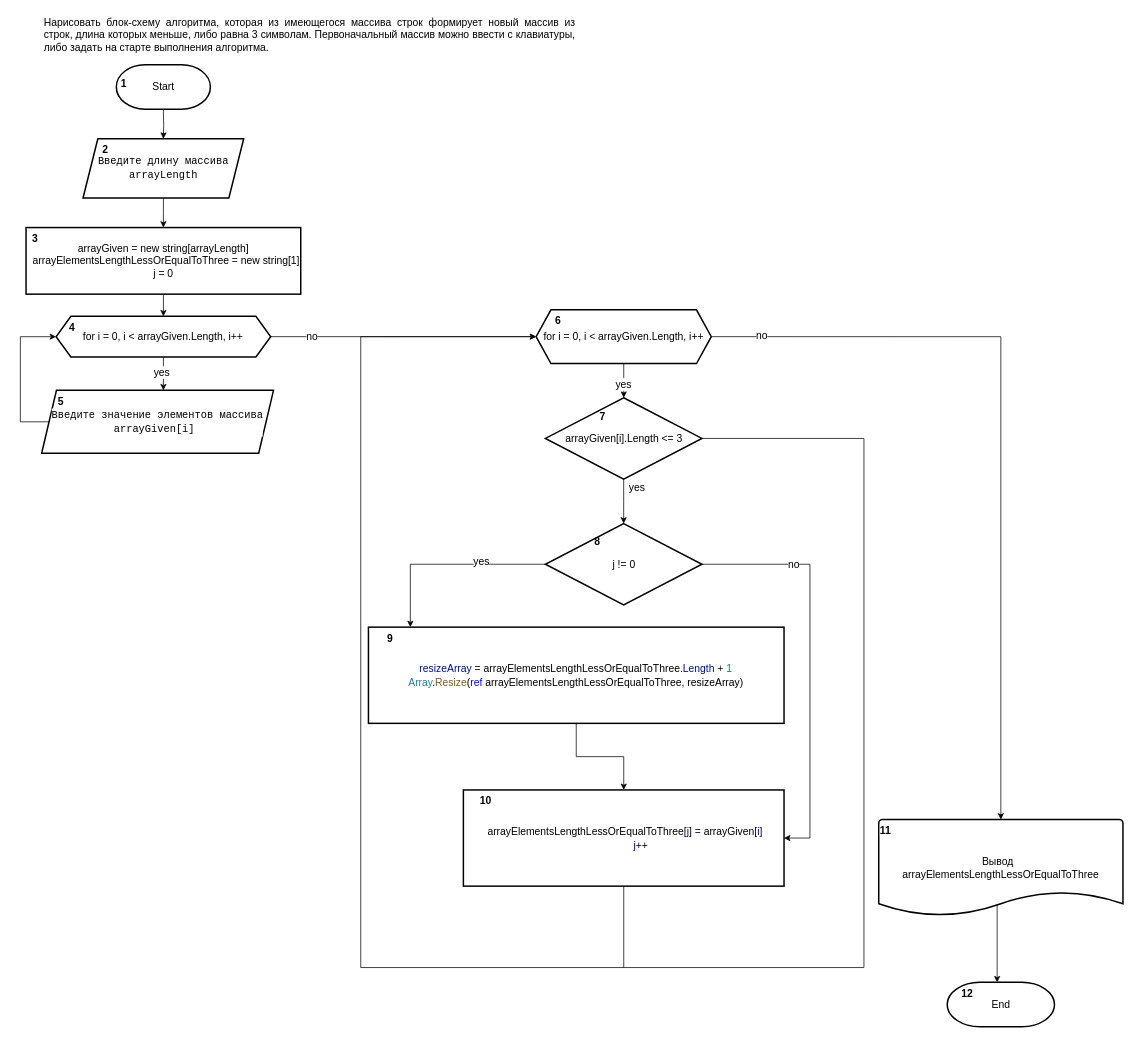
Above: BlockDiagram.drawio in Yulia-Girduk/FinalProject_1 (draw.io), before the change. Source tidied: cells renumbered, new cells numbered last; positions are measured from the earlier drawing's top-left corner, leaving out a move shared by most shapes. Both pictures are drawn from the tidied source at 74%, with x=0, y=0 at pixel (13, 13).
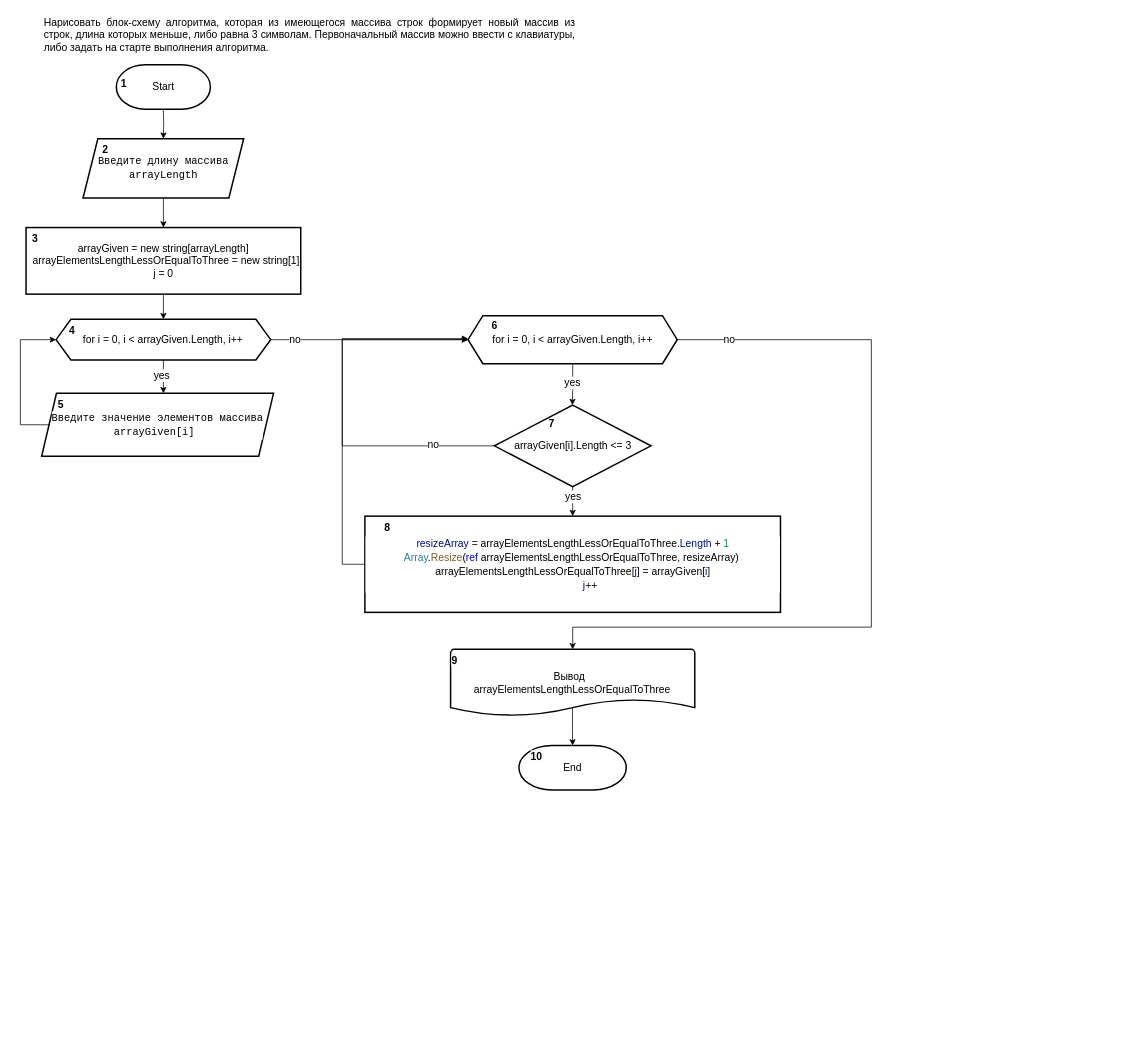
The same page after the edit.

The change refers to these unchanged cells:
```xml
<mxCell id="35" value="&lt;font style=&quot;font-size: 14px;&quot;&gt;arrayGiven[i].Length&lt;span style=&quot;background-color: initial;&quot;&gt;&amp;nbsp;&amp;lt;= 3&lt;/span&gt;&lt;/font&gt;" style="rhombus;whiteSpace=wrap;html=1;strokeWidth=2;" parent="34" vertex="1">
  <mxGeometry width="211.6" height="110" as="geometry" />
</mxCell>
<mxCell id="42" value="&lt;div style=&quot;border-color: var(--border-color); background-color: rgb(255, 255, 255); font-family: Consolas, &amp;quot;Courier New&amp;quot;, monospace; font-size: 14px; line-height: 19px;&quot;&gt;Введите значение элементов массива&lt;/div&gt;&lt;div style=&quot;border-color: var(--border-color); background-color: rgb(255, 255, 255); font-family: Consolas, &amp;quot;Courier New&amp;quot;, monospace; font-size: 14px; line-height: 19px;&quot;&gt;arrayGiven[i]&amp;nbsp;&lt;br&gt;&lt;/div&gt;" style="shape=parallelogram;perimeter=parallelogramPerimeter;whiteSpace=wrap;html=1;fixedSize=1;strokeWidth=2;" parent="41" vertex="1">
  <mxGeometry x="4.1" width="313.3" height="85" as="geometry" />
</mxCell>
<mxCell id="45" value="&lt;font style=&quot;font-size: 14px;&quot;&gt;for i = 0, i &amp;lt; arrayGiven.Length, i++&lt;/font&gt;" style="shape=hexagon;perimeter=hexagonPerimeter2;whiteSpace=wrap;html=1;fixedSize=1;strokeWidth=2;" parent="44" vertex="1">
  <mxGeometry x="8.3" width="290" height="55" as="geometry" />
</mxCell>
```

Change to the diagram source:
```diff
@@
     <mxCell id="8" style="edgeStyle=orthogonalEdgeStyle;rounded=0;jettySize=auto;html=1;" parent="1" edge="1" source="45" target="42">
       <mxGeometry relative="1" as="geometry">
         <Array as="points">
-          <mxPoint x="203" y="480" />
-          <mxPoint x="203" y="480" />
+          <mxPoint x="203" y="484" />
+          <mxPoint x="203" y="484" />
         </Array>
       </mxGeometry>
     </mxCell>
@@
-    <mxCell id="10" style="edgeStyle=orthogonalEdgeStyle;rounded=0;jettySize=auto;html=1;entryX=0;entryY=0.5;entryDx=0;entryDy=0;" parent="1" edge="1" source="45" target="38">
-      <mxGeometry relative="1" as="geometry" />
-    </mxCell>
-    <mxCell id="11" value="&lt;font style=&quot;font-size: 14px;&quot;&gt;no&lt;/font&gt;" style="edgeLabel;html=1;align=center;verticalAlign=middle;" parent="10" vertex="1">
-      <mxGeometry x="0.26" y="-1" relative="1" as="geometry">
-        <mxPoint x="-171" y="-2" as="offset" />
-      </mxGeometry>
-    </mxCell>
     <mxCell id="12" style="edgeStyle=orthogonalEdgeStyle;rounded=0;jettySize=auto;html=1;exitX=0;exitY=0.5;exitDx=0;exitDy=0;entryX=0;entryY=0.5;entryDx=0;entryDy=0;" parent="1" edge="1" source="42" target="45">
       <mxGeometry relative="1" as="geometry">
         <Array as="points">
-          <mxPoint x="10" y="553" />
-          <mxPoint x="10" y="438" />
+          <mxPoint x="10" y="557" />
+          <mxPoint x="10" y="442" />
         </Array>
       </mxGeometry>
     </mxCell>
-    <mxCell id="13" style="edgeStyle=orthogonalEdgeStyle;rounded=0;jettySize=auto;html=1;" parent="1" edge="1" source="38" target="35">
-      <mxGeometry relative="1" as="geometry">
-        <Array as="points">
-          <mxPoint x="825" y="510" />
-          <mxPoint x="825" y="510" />
-        </Array>
-      </mxGeometry>
-    </mxCell>
-    <mxCell id="14" value="&lt;font style=&quot;font-size: 14px;&quot;&gt;yes&lt;/font&gt;" style="edgeLabel;html=1;align=center;verticalAlign=middle;" parent="13" vertex="1">
-      <mxGeometry x="0.21" y="-1" relative="1" as="geometry" />
-    </mxCell>
-    <mxCell id="15" style="edgeStyle=orthogonalEdgeStyle;rounded=0;jettySize=auto;html=1;exitX=1;exitY=0.5;exitDx=0;exitDy=0;entryX=0.5;entryY=0;entryDx=0;entryDy=0;entryPerimeter=0;" parent="1" edge="1" source="38" target="57">
-      <mxGeometry relative="1" as="geometry">
-        <Array as="points">
-          <mxPoint x="1335" y="438" />
-        </Array>
-      </mxGeometry>
-    </mxCell>
-    <mxCell id="16" value="&lt;font style=&quot;font-size: 14px;&quot;&gt;no&lt;/font&gt;" style="edgeLabel;html=1;align=center;verticalAlign=middle;" parent="15" vertex="1">
-      <mxGeometry x="-0.93" y="-1" relative="1" as="geometry">
-        <mxPoint x="31" y="-3" as="offset" />
-      </mxGeometry>
-    </mxCell>
-    <mxCell id="17" style="edgeStyle=orthogonalEdgeStyle;rounded=0;jettySize=auto;html=1;entryX=0.5;entryY=0;entryDx=0;entryDy=0;" parent="1" edge="1" source="35" target="32">
-      <mxGeometry relative="1" as="geometry">
-        <Array as="points">
-          <mxPoint x="825" y="660" />
-        </Array>
-      </mxGeometry>
-    </mxCell>
-    <mxCell id="18" value="&lt;font style=&quot;font-size: 14px;&quot;&gt;yes&lt;/font&gt;" style="edgeLabel;html=1;align=center;verticalAlign=middle;" parent="17" vertex="1">
-      <mxGeometry x="-0.1" relative="1" as="geometry">
-        <mxPoint x="17" y="-17" as="offset" />
-      </mxGeometry>
-    </mxCell>
-    <mxCell id="19" style="edgeStyle=orthogonalEdgeStyle;rounded=0;jettySize=auto;html=1;" parent="1" edge="1" source="32" target="29">
-      <mxGeometry relative="1" as="geometry">
-        <Array as="points">
-          <mxPoint x="537" y="745" />
-        </Array>
-      </mxGeometry>
-    </mxCell>
-    <mxCell id="20" value="&lt;font style=&quot;font-size: 14px;&quot;&gt;yes&lt;/font&gt;" style="edgeLabel;html=1;align=center;verticalAlign=middle;" parent="19" vertex="1">
-      <mxGeometry x="-0.23" y="1" relative="1" as="geometry">
-        <mxPoint x="16" y="-6" as="offset" />
-      </mxGeometry>
-    </mxCell>
-    <mxCell id="21" style="edgeStyle=orthogonalEdgeStyle;rounded=0;jettySize=auto;html=1;" parent="1" edge="1" source="32" target="26">
-      <mxGeometry relative="1" as="geometry">
-        <Array as="points">
-          <mxPoint x="1077" y="745" />
-        </Array>
-      </mxGeometry>
-    </mxCell>
-    <mxCell id="22" value="&lt;font style=&quot;font-size: 14px;&quot;&gt;no&lt;/font&gt;" style="edgeLabel;html=1;align=center;verticalAlign=middle;" parent="21" vertex="1">
-      <mxGeometry x="-0.79" y="2" relative="1" as="geometry">
-        <mxPoint x="65" y="2" as="offset" />
-      </mxGeometry>
-    </mxCell>
-    <mxCell id="23" style="edgeStyle=orthogonalEdgeStyle;rounded=0;jettySize=auto;html=1;" parent="1" edge="1" source="29" target="26">
-      <mxGeometry relative="1" as="geometry" />
-    </mxCell>
-    <mxCell id="24" style="edgeStyle=orthogonalEdgeStyle;rounded=0;jettySize=auto;html=1;exitX=0.506;exitY=0.862;exitDx=0;exitDy=0;exitPerimeter=0;entryX=1;entryY=0;entryDx=0;entryDy=0;" parent="1" edge="1" source="57" target="61">
-      <mxGeometry relative="1" as="geometry">
-        <Array as="points">
-          <mxPoint x="1330" y="1202" />
-        </Array>
-      </mxGeometry>
-    </mxCell>
-    <mxCell id="25" style="group;" parent="1" vertex="1">
-      <mxGeometry x="608.7" y="1050" width="433.3" height="130" as="geometry" />
-    </mxCell>
-    <mxCell id="26" value="&lt;div style=&quot;background-color: rgb(255, 255, 255); font-size: 14px; line-height: 19px;&quot;&gt;&lt;div style=&quot;&quot;&gt;&amp;nbsp;arrayElementsLengthLessOrEqualToThree[&lt;span style=&quot;color: rgb(0, 16, 128);&quot;&gt;j&lt;/span&gt;] =&amp;nbsp;arrayGiven[&lt;span style=&quot;color: rgb(0, 16, 128);&quot;&gt;i&lt;/span&gt;]&lt;/div&gt;&lt;div style=&quot;&quot;&gt;&amp;nbsp; &amp;nbsp; &amp;nbsp; &amp;nbsp; &amp;nbsp; &amp;nbsp; &lt;span style=&quot;color: rgb(0, 16, 128);&quot;&gt;j&lt;/span&gt;++&lt;/div&gt;&lt;/div&gt;" style="whiteSpace=wrap;html=1;strokeWidth=2;" parent="25" vertex="1">
-      <mxGeometry width="433.3" height="130" as="geometry" />
-    </mxCell>
-    <mxCell id="27" value="&lt;font style=&quot;font-size: 14px;&quot;&gt;&lt;b&gt;10&lt;/b&gt;&lt;/font&gt;" style="text;html=1;strokeColor=none;fillColor=none;align=center;verticalAlign=middle;whiteSpace=wrap;rounded=0;" parent="25" vertex="1">
-      <mxGeometry width="60" height="30" as="geometry" />
-    </mxCell>
-    <mxCell id="28" style="group;" parent="1" vertex="1">
-      <mxGeometry x="480.4" y="830" width="561.6" height="130" as="geometry" />
+    <mxCell id="28" style="group;strokeWidth=2;" parent="1" vertex="1">
+      <mxGeometry x="475.6" y="680" width="561.6" height="130" as="geometry" />
     </mxCell>
-    <mxCell id="29" value="&lt;div style=&quot;background-color: rgb(255, 255, 255); font-size: 14px; line-height: 19px;&quot;&gt;&lt;div style=&quot;&quot;&gt;&lt;span style=&quot;color: rgb(0, 16, 128);&quot;&gt;resizeArray&lt;/span&gt; =&amp;nbsp;arrayElementsLengthLessOrEqualToThree.&lt;span style=&quot;color: rgb(0, 16, 128);&quot;&gt;Length&lt;/span&gt; + &lt;span style=&quot;color: rgb(9, 134, 88);&quot;&gt;1&lt;/span&gt;&lt;/div&gt;&lt;div style=&quot;&quot;&gt;&lt;span style=&quot;color: rgb(38, 127, 153);&quot;&gt;Array&lt;/span&gt;.&lt;span style=&quot;color: rgb(121, 94, 38);&quot;&gt;Resize&lt;/span&gt;(&lt;span style=&quot;color: rgb(0, 0, 255);&quot;&gt;ref&lt;/span&gt;&amp;nbsp;arrayElementsLengthLessOrEqualToThree, resizeArray)&lt;/div&gt;&lt;/div&gt;" style="whiteSpace=wrap;html=1;strokeWidth=2;" parent="28" vertex="1">
+    <mxCell id="29" value="&lt;div style=&quot;background-color: rgb(255, 255, 255); font-size: 14px; line-height: 19px;&quot;&gt;&lt;div style=&quot;&quot;&gt;&lt;span style=&quot;color: rgb(0, 16, 128);&quot;&gt;resizeArray&lt;/span&gt; =&amp;nbsp;arrayElementsLengthLessOrEqualToThree.&lt;span style=&quot;color: rgb(0, 16, 128);&quot;&gt;Length&lt;/span&gt; + &lt;span style=&quot;color: rgb(9, 134, 88);&quot;&gt;1&lt;/span&gt;&lt;/div&gt;&lt;div style=&quot;&quot;&gt;&lt;span style=&quot;color: rgb(38, 127, 153);&quot;&gt;Array&lt;/span&gt;.&lt;span style=&quot;color: rgb(121, 94, 38);&quot;&gt;Resize&lt;/span&gt;(&lt;span style=&quot;color: rgb(0, 0, 255);&quot;&gt;ref&lt;/span&gt;&amp;nbsp;arrayElementsLengthLessOrEqualToThree, resizeArray)&amp;nbsp; arrayElementsLengthLessOrEqualToThree[&lt;span style=&quot;border-color: var(--border-color); color: rgb(0, 16, 128);&quot;&gt;j&lt;/span&gt;] =&amp;nbsp;arrayGiven[&lt;span style=&quot;border-color: var(--border-color); color: rgb(0, 16, 128);&quot;&gt;i&lt;/span&gt;]&lt;/div&gt;&lt;div style=&quot;border-color: var(--border-color);&quot;&gt;&amp;nbsp; &amp;nbsp; &amp;nbsp; &amp;nbsp; &amp;nbsp; &amp;nbsp;&amp;nbsp;&lt;span style=&quot;border-color: var(--border-color); color: rgb(0, 16, 128);&quot;&gt;j&lt;/span&gt;++&lt;/div&gt;&lt;/div&gt;" style="whiteSpace=wrap;html=1;strokeWidth=2;" parent="28" vertex="1">
       <mxGeometry width="561.6" height="130" as="geometry" />
     </mxCell>
-    <mxCell id="30" value="&lt;font style=&quot;font-size: 14px;&quot;&gt;&lt;b&gt;9&lt;/b&gt;&lt;/font&gt;" style="text;html=1;strokeColor=none;fillColor=none;align=center;verticalAlign=middle;whiteSpace=wrap;rounded=0;" parent="28" vertex="1">
+    <mxCell id="30" value="&lt;font style=&quot;font-size: 14px;&quot;&gt;&lt;b&gt;8&lt;/b&gt;&lt;/font&gt;" style="text;html=1;strokeColor=none;fillColor=none;align=center;verticalAlign=middle;whiteSpace=wrap;rounded=0;" parent="28" vertex="1">
       <mxGeometry width="60" height="30" as="geometry" />
     </mxCell>
-    <mxCell id="31" style="group;" parent="1" vertex="1">
-      <mxGeometry x="719.5" y="690" width="211.6" height="110" as="geometry" />
-    </mxCell>
-    <mxCell id="32" value="&lt;font style=&quot;font-size: 14px;&quot;&gt;j != 0&lt;/font&gt;" style="rhombus;whiteSpace=wrap;html=1;strokeWidth=2;" parent="31" vertex="1">
-      <mxGeometry width="211.6" height="110" as="geometry" />
-    </mxCell>
-    <mxCell id="33" value="&lt;font style=&quot;font-size: 14px;&quot;&gt;&lt;b&gt;8&lt;/b&gt;&lt;/font&gt;" style="text;html=1;strokeColor=none;fillColor=none;align=center;verticalAlign=middle;whiteSpace=wrap;rounded=0;" parent="31" vertex="1">
-      <mxGeometry x="40.5" y="10" width="60" height="30" as="geometry" />
-    </mxCell>
     <mxCell id="34" style="group;" parent="1" vertex="1">
-      <mxGeometry x="719.5" y="520" width="211.6" height="110" as="geometry" />
+      <mxGeometry x="650.6" y="530" width="211.6" height="110" as="geometry" />
     </mxCell>
@@
     <mxCell id="37" style="group;" parent="1" vertex="1">
-      <mxGeometry x="707" y="401.2" width="236.7" height="72.5" as="geometry" />
+      <mxGeometry x="615" y="409.1" width="282.7" height="64.8" as="geometry" />
     </mxCell>
     <mxCell id="38" value="&lt;font style=&quot;font-size: 14px;&quot;&gt;for i = 0, i &amp;lt; arrayGiven.Length, i++&lt;/font&gt;" style="shape=hexagon;perimeter=hexagonPerimeter2;whiteSpace=wrap;html=1;fixedSize=1;strokeWidth=2;" parent="37" vertex="1">
-      <mxGeometry width="236.7" height="72.5" as="geometry" />
+      <mxGeometry width="282.7" height="64.8" as="geometry" />
     </mxCell>
     <mxCell id="39" value="&lt;font style=&quot;font-size: 14px;&quot;&gt;&lt;b&gt;6&lt;/b&gt;&lt;/font&gt;" style="text;html=1;strokeColor=none;fillColor=none;align=center;verticalAlign=middle;whiteSpace=wrap;rounded=0;" parent="37" vertex="1">
-      <mxGeometry width="60" height="30" as="geometry" />
+      <mxGeometry width="71.7" height="26.8" as="geometry" />
     </mxCell>
-    <mxCell id="40" style="edgeStyle=orthogonalEdgeStyle;rounded=0;jettySize=auto;html=1;entryX=0;entryY=0.5;entryDx=0;entryDy=0;" parent="1" edge="1" source="26" target="38">
-      <mxGeometry relative="1" as="geometry">
-        <Array as="points">
-          <mxPoint x="825" y="1290" />
-          <mxPoint x="470" y="1290" />
-          <mxPoint x="470" y="438" />
-        </Array>
-      </mxGeometry>
-    </mxCell>
     <mxCell id="41" style="group;" parent="1" vertex="1">
-      <mxGeometry x="34.7" y="510" width="317.4" height="85" as="geometry" />
+      <mxGeometry x="34.7" y="514" width="317.4" height="85" as="geometry" />
     </mxCell>
@@
     <mxCell id="44" style="group;" parent="1" vertex="1">
-      <mxGeometry x="50" y="410" width="298.3" height="55" as="geometry" />
+      <mxGeometry x="50" y="414" width="298.3" height="55" as="geometry" />
     </mxCell>
@@
     <mxCell id="56" style="group;" parent="1" vertex="1">
-      <mxGeometry x="1170" y="1090" width="330" height="130" as="geometry" />
+      <mxGeometry x="591.4" y="860" width="330" height="90" as="geometry" />
     </mxCell>
     <mxCell id="57" value="&lt;font style=&quot;font-size: 14px;&quot;&gt;Вывод&amp;nbsp;&amp;nbsp;&lt;br&gt;arrayElementsLengthLessOrEqualToThree&lt;/font&gt;" style="strokeWidth=2;html=1;shape=mxgraph.flowchart.document2;whiteSpace=wrap;size=0.25;" parent="56" vertex="1">
-      <mxGeometry width="330" height="130" as="geometry" />
+      <mxGeometry width="330" height="90" as="geometry" />
     </mxCell>
-    <mxCell id="58" value="&lt;b style=&quot;border-color: var(--border-color); color: rgb(0, 0, 0); font-family: Helvetica; font-size: 14px; font-style: normal; font-variant-ligatures: normal; font-variant-caps: normal; letter-spacing: normal; orphans: 2; text-align: center; text-indent: 0px; text-transform: none; widows: 2; word-spacing: 0px; -webkit-text-stroke-width: 0px; background-color: rgb(251, 251, 251); text-decoration-thickness: initial; text-decoration-style: initial; text-decoration-color: initial;&quot;&gt;11&lt;/b&gt;" style="text;whiteSpace=wrap;html=1;" parent="56" vertex="1">
-      <mxGeometry width="50" height="40" as="geometry" />
+    <mxCell id="58" value="&lt;b style=&quot;border-color: var(--border-color); color: rgb(0, 0, 0); font-family: Helvetica; font-size: 14px; font-style: normal; font-variant-ligatures: normal; font-variant-caps: normal; letter-spacing: normal; orphans: 2; text-align: center; text-indent: 0px; text-transform: none; widows: 2; word-spacing: 0px; -webkit-text-stroke-width: 0px; background-color: rgb(251, 251, 251); text-decoration-thickness: initial; text-decoration-style: initial; text-decoration-color: initial;&quot;&gt;9&lt;/b&gt;" style="text;whiteSpace=wrap;html=1;" parent="56" vertex="1">
+      <mxGeometry width="50" height="27.7" as="geometry" />
     </mxCell>
     <mxCell id="59" style="group;" parent="1" vertex="1">
-      <mxGeometry x="1262.5" y="1310" width="145" height="60" as="geometry" />
+      <mxGeometry x="630" y="1000" width="198.8" height="60" as="geometry" />
     </mxCell>
     <mxCell id="60" value="&lt;font style=&quot;font-size: 14px;&quot;&gt;End&lt;/font&gt;" style="strokeWidth=2;html=1;shape=mxgraph.flowchart.terminator;whiteSpace=wrap;" parent="59" vertex="1">
-      <mxGeometry width="145" height="60" as="geometry" />
+      <mxGeometry x="53.8" y="-10" width="145" height="60" as="geometry" />
     </mxCell>
-    <mxCell id="61" value="&lt;b style=&quot;border-color: var(--border-color); color: rgb(0, 0, 0); font-family: Helvetica; font-size: 14px; font-style: normal; font-variant-ligatures: normal; font-variant-caps: normal; letter-spacing: normal; orphans: 2; text-align: center; text-indent: 0px; text-transform: none; widows: 2; word-spacing: 0px; -webkit-text-stroke-width: 0px; background-color: rgb(251, 251, 251); text-decoration-thickness: initial; text-decoration-style: initial; text-decoration-color: initial;&quot;&gt;12&lt;/b&gt;" style="text;whiteSpace=wrap;html=1;" parent="59" vertex="1">
-      <mxGeometry x="17.5" width="50" height="40" as="geometry" />
-    </mxCell>
-    <mxCell id="62" style="endArrow=none;html=1;rounded=0;exitX=1;exitY=0.5;exitDx=0;exitDy=0;" parent="1" edge="1" source="35">
-      <mxGeometry relative="1" as="geometry">
-        <mxPoint x="825" y="1290" as="targetPoint" />
-        <Array as="points">
-          <mxPoint x="1150" y="575" />
-          <mxPoint x="1150" y="1290" />
-        </Array>
-      </mxGeometry>
-    </mxCell>
+    <mxCell id="27" value="&lt;b style=&quot;border-color: var(--border-color); color: rgb(0, 0, 0); font-family: Helvetica; font-size: 14px; font-style: normal; font-variant-ligatures: normal; font-variant-caps: normal; letter-spacing: normal; orphans: 2; text-align: center; text-indent: 0px; text-transform: none; widows: 2; word-spacing: 0px; -webkit-text-stroke-width: 0px; background-color: rgb(251, 251, 251); text-decoration-thickness: initial; text-decoration-style: initial; text-decoration-color: initial;&quot;&gt;10&lt;/b&gt;" style="text;whiteSpace=wrap;html=1;" parent="59" vertex="1">
+      <mxGeometry x="68" y="-10" width="50" height="27.7" as="geometry" />
+    </mxCell>
+    <mxCell id="10" style="edgeStyle=orthogonalEdgeStyle;rounded=0;jettySize=auto;html=1;exitX=1;exitY=0.5;exitDx=0;exitDy=0;entryX=0;entryY=0.5;entryDx=0;entryDy=0;" parent="1" edge="1" source="45" target="38">
+      <mxGeometry relative="1" as="geometry" />
+    </mxCell>
+    <mxCell id="63" value="&lt;font style=&quot;font-size: 14px;&quot;&gt;no&lt;/font&gt;" style="edgeLabel;html=1;align=center;verticalAlign=middle;" parent="10" vertex="1">
+      <mxGeometry x="-0.76" y="-2" relative="1" as="geometry">
+        <mxPoint y="-3" as="offset" />
+      </mxGeometry>
+    </mxCell>
+    <mxCell id="64" style="edgeStyle=orthogonalEdgeStyle;rounded=0;jettySize=auto;html=1;" parent="1" edge="1" source="38">
+      <mxGeometry relative="1" as="geometry">
+        <mxPoint x="756" y="530" as="targetPoint" />
+        <Array as="points">
+          <mxPoint x="756" y="510" />
+          <mxPoint x="756" y="510" />
+        </Array>
+      </mxGeometry>
+    </mxCell>
+    <mxCell id="65" style="edgeStyle=orthogonalEdgeStyle;rounded=0;jettySize=auto;html=1;entryX=0.5;entryY=0;entryDx=0;entryDy=0;" parent="1" edge="1" source="35" target="29">
+      <mxGeometry relative="1" as="geometry" />
+    </mxCell>
+    <mxCell id="66" style="edgeStyle=orthogonalEdgeStyle;rounded=0;jettySize=auto;html=1;" parent="1" edge="1" source="29">
+      <mxGeometry relative="1" as="geometry">
+        <mxPoint x="615" y="440" as="targetPoint" />
+        <Array as="points">
+          <mxPoint x="445" y="745" />
+          <mxPoint x="445" y="440" />
+        </Array>
+      </mxGeometry>
+    </mxCell>
+    <mxCell id="67" style="edgeStyle=orthogonalEdgeStyle;rounded=0;jettySize=auto;html=1;entryX=0;entryY=0.5;entryDx=0;entryDy=0;" parent="1" edge="1" source="35" target="38">
+      <mxGeometry relative="1" as="geometry">
+        <Array as="points">
+          <mxPoint x="445" y="585" />
+          <mxPoint x="445" y="442" />
+        </Array>
+      </mxGeometry>
+    </mxCell>
+    <mxCell id="68" value="&lt;font style=&quot;font-size: 14px;&quot;&gt;no&lt;/font&gt;" style="edgeLabel;html=1;align=center;verticalAlign=middle;" parent="67" vertex="1">
+      <mxGeometry x="-0.68" y="-2" relative="1" as="geometry" />
+    </mxCell>
+    <mxCell id="69" value="yes" style="edgeLabel;html=1;align=center;verticalAlign=middle;fontSize=14;" parent="1" vertex="1">
+      <mxGeometry x="755.3" y="499" as="geometry" />
+    </mxCell>
+    <mxCell id="70" value="yes" style="edgeLabel;html=1;align=center;verticalAlign=middle;fontSize=14;" parent="1" vertex="1">
+      <mxGeometry x="756.3" y="653" as="geometry" />
+    </mxCell>
+    <mxCell id="15" style="edgeStyle=orthogonalEdgeStyle;rounded=0;jettySize=auto;html=1;entryX=0.5;entryY=0;entryDx=0;entryDy=0;entryPerimeter=0;" parent="1" edge="1" source="38" target="57">
+      <mxGeometry relative="1" as="geometry">
+        <Array as="points">
+          <mxPoint x="1160" y="442" />
+          <mxPoint x="1160" y="830" />
+          <mxPoint x="756" y="830" />
+        </Array>
+      </mxGeometry>
+    </mxCell>
+    <mxCell id="71" value="&lt;font style=&quot;font-size: 14px;&quot;&gt;no&lt;/font&gt;" style="edgeLabel;html=1;align=center;verticalAlign=middle;" parent="15" vertex="1">
+      <mxGeometry x="-0.87" relative="1" as="geometry" />
+    </mxCell>
+    <mxCell id="72" style="edgeStyle=orthogonalEdgeStyle;rounded=0;jettySize=auto;html=1;exitX=0.499;exitY=0.867;exitDx=0;exitDy=0;exitPerimeter=0;" parent="1" edge="1" source="57" target="60">
+      <mxGeometry relative="1" as="geometry" />
+    </mxCell>
```
